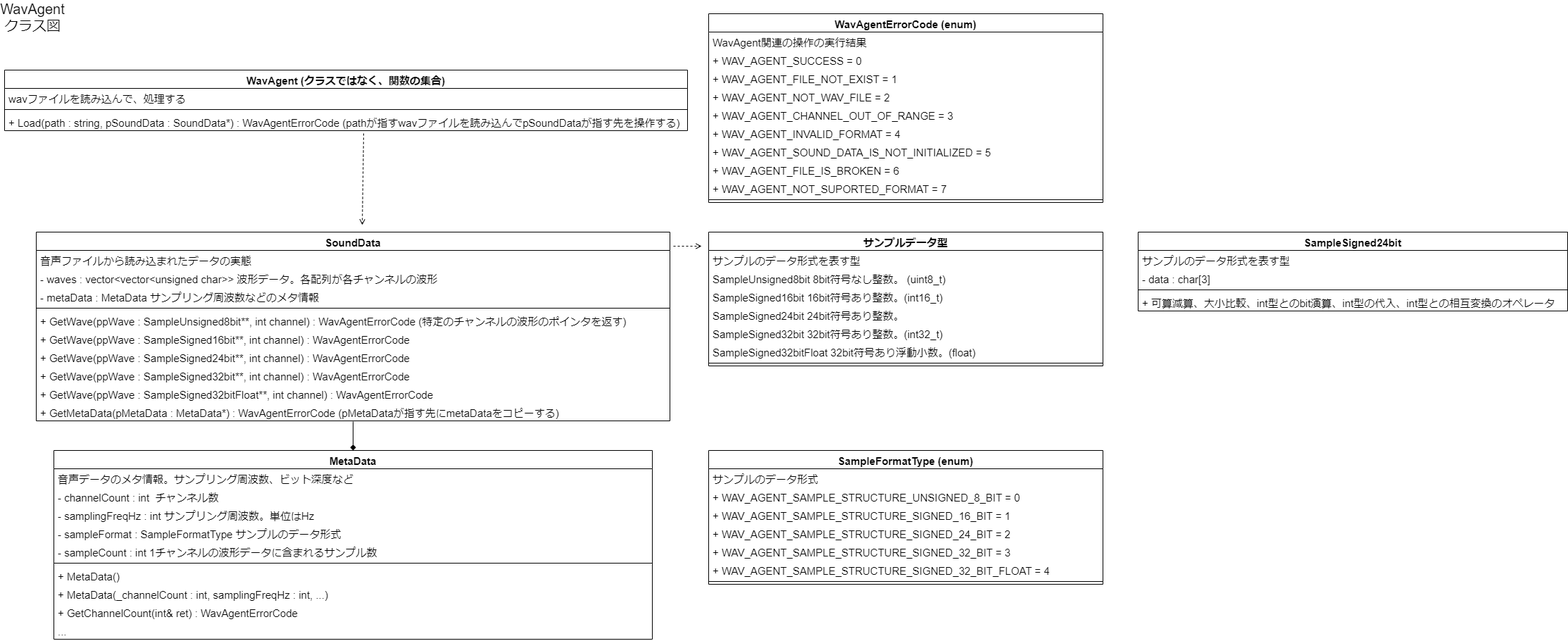
The draw.io diagram design/WavAgentClassDiagram.png in Dumble009/WavAgent, before a commit. Source tidied: cells renumbered, new cells last; positions are measured from the earlier drawing's top-left corner, leaving out a move shared by most shapes.
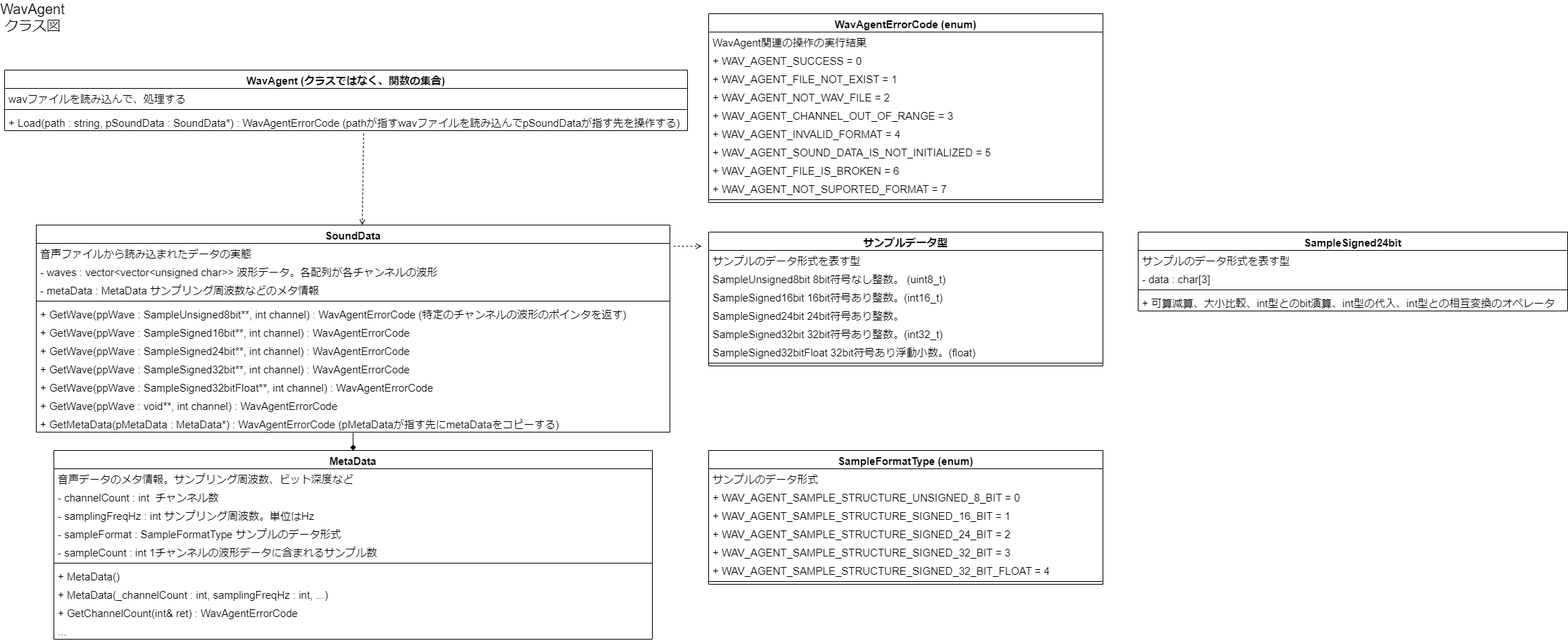
The same file after the commit.

Commit message:
voidポインタのポインタを返すGetWave関数を設計図に追加

OpenALで使用するにはvoidポインタをそのまま返せた方が便利なため。

What changed in the source:
```diff
@@ -24,7 +24,7 @@
       <mxGeometry y="60" width="970" height="26" as="geometry" />
     </mxCell>
     <mxCell id="8" value="SoundData" style="swimlane;fontStyle=1;align=center;verticalAlign=top;horizontal=1;startSize=26;fontSize=15;" parent="1" vertex="1">
-      <mxGeometry x="45" y="320" width="900" height="268" as="geometry" />
+      <mxGeometry x="45" y="310" width="900" height="294" as="geometry" />
     </mxCell>
     <mxCell id="9" value="音声ファイルから読み込まれたデータの実態" style="text;strokeColor=none;fillColor=none;align=left;verticalAlign=top;spacingLeft=4;spacingRight=4;overflow=hidden;fontSize=15;" parent="8" vertex="1">
       <mxGeometry y="26" width="900" height="26" as="geometry" />
@@ -53,8 +53,11 @@
     <mxCell id="17" value="+ GetWave(ppWave : SampleSigned32bitFloat**, int channel) : WavAgentErrorCode  " style="text;strokeColor=none;fillColor=none;align=left;verticalAlign=top;spacingLeft=4;spacingRight=4;overflow=hidden;fontSize=15;" parent="8" vertex="1">
       <mxGeometry y="216" width="900" height="26" as="geometry" />
     </mxCell>
+    <mxCell id="64" value="+ GetWave(ppWave : void**, int channel) : WavAgentErrorCode  " style="text;strokeColor=none;fillColor=none;align=left;verticalAlign=top;spacingLeft=4;spacingRight=4;overflow=hidden;fontSize=15;" parent="8" vertex="1">
+      <mxGeometry y="242" width="900" height="26" as="geometry" />
+    </mxCell>
     <mxCell id="18" value="+ GetMetaData(pMetaData : MetaData*) : WavAgentErrorCode (pMetaDataが指す先にmetaDataをコピーする)" style="text;strokeColor=none;fillColor=none;align=left;verticalAlign=top;spacingLeft=4;spacingRight=4;overflow=hidden;points=[[0,0.5],[1,0.5]];portConstraint=eastwest;fontSize=15;" parent="8" vertex="1">
-      <mxGeometry y="242" width="900" height="26" as="geometry" />
+      <mxGeometry y="268" width="900" height="26" as="geometry" />
     </mxCell>
     <mxCell id="19" value="MetaData" style="swimlane;fontStyle=1;align=center;verticalAlign=top;horizontal=1;startSize=26;fontSize=15;" parent="1" vertex="1">
       <mxGeometry x="70" y="630" width="850" height="268" as="geometry" />
```
